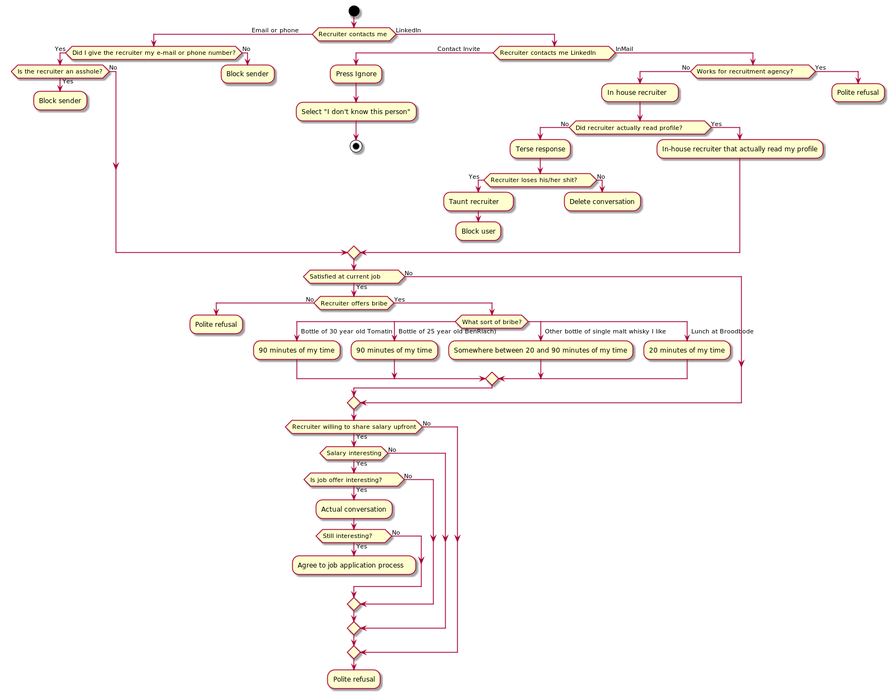
The PlantUML diagram recruiters.png in jsteenbeeke/jsteenbeeke.github.io, before a commit.
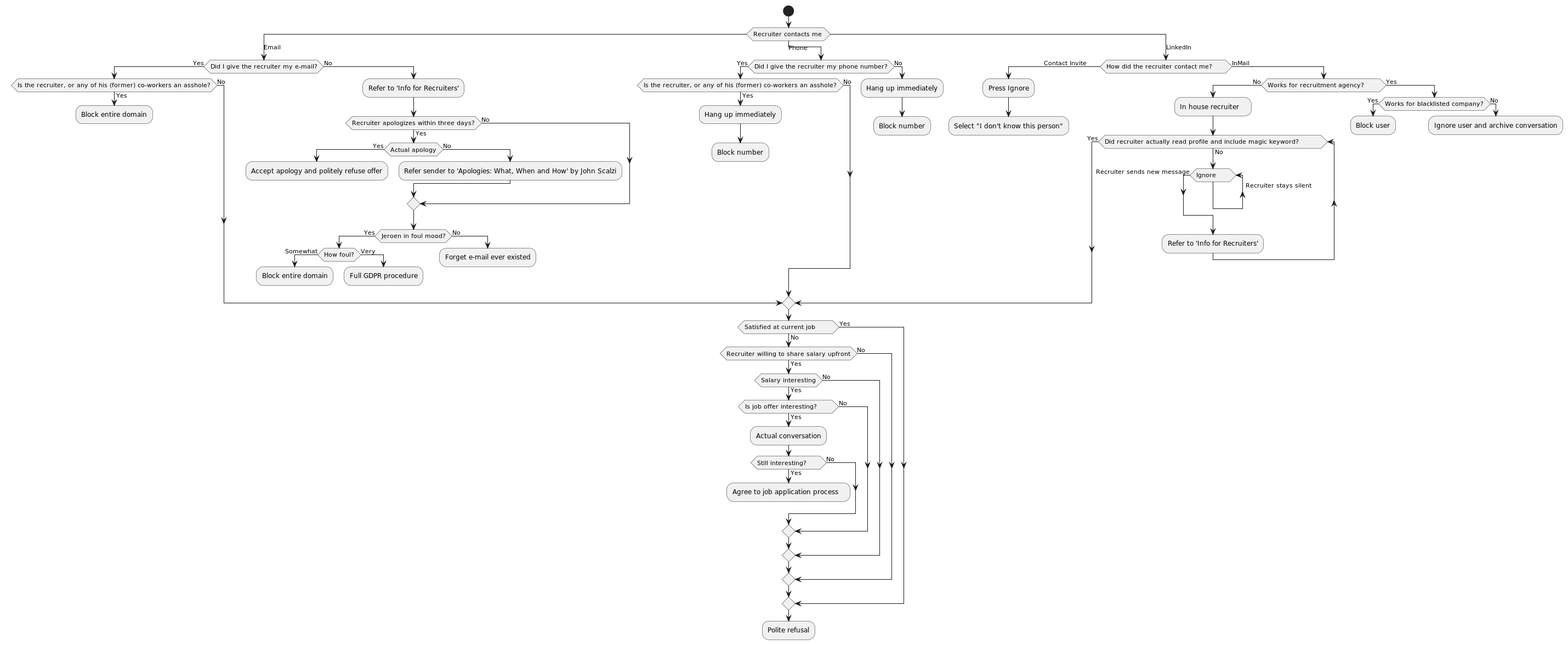
After the change.

Commit message:
Massive update of recruiter info

What changed in the source:
```diff
@@ -1,65 +1,80 @@
 @startuml
 
 start
-if (Recruiter contacts me ) then (Email or phone      )
-    if (Did I give the recruiter my e-mail or phone number?) then (Yes)
-        if (Is the recruiter an asshole?) then (No)
-        else (Yes)
-            :Block sender;
-            detach
+
+switch (Recruiter contacts me )
+case (Email)
+ if (Did I give the recruiter my e-mail?) then (Yes)
+            if (Is the recruiter, or any of his (former) co-workers an asshole?) then (No)
+            else (Yes)
+                :Block entire domain;
+                detach;
+            endif
+    else (No)
+        :Refer to 'Info for Recruiters';
+        if (Recruiter apologizes within three days?) then (Yes)
+           if (Actual apology) then (Yes)
+              :Accept apology and politely refuse offer;
+              detach;
+            else (No)
+              :Refer sender to 'Apologies: What, When and How' by John Scalzi;
+            endif
+       else (No)
+
         endif
+         if (Jeroen in foul mood?) then (Yes)
+                       if (How foul?) then (Somewhat)
+                           :Block entire domain;
+                       else (Very)
+                           :Full GDPR procedure;
+                       endif
+                    else (No)
+                        :Forget e-mail ever existed;
+                   endif
+        detach;
+    endif
+case (Phone)
+    if (Did I give the recruiter my phone number?) then (Yes)
+            if (Is the recruiter, or any of his (former) co-workers an asshole?) then (No)
+            else (Yes)
+                :Hang up immediately;
+                :Block number;
+                detach;
+            endif
     else (No)
-        :Block sender;
-        detach
+        :Hang up immediately;
+        :Block number;
+        detach;
     endif
-else (LinkedIn    )
-    if (Recruiter contacts me LinkedIn      ) then (Contact Invite      )
+case (LinkedIn)
+    if (How did the recruiter contact me?      ) then (Contact Invite      )
         :Press Ignore;
         :Select "I don't know this person";
-        stop;
+        detach;
     else (InMail)
         if (Works for recruitment agency?       ) then (No)
           :In house recruiter   ;
-          if (Did recruiter actually read profile?          ) then (No)
-             :Terse response;
-             if (Recruiter loses his/her shit?      ) then (Yes  )
-                :Taunt recruiter    ;
-                :Block user;
-                detach
-             else (No)
-                :Delete conversation;
-                detach
-             endif
-          else (Yes)
-            :In-house recruiter that actually read my profile;
-          endif
+          while (Did recruiter actually read profile and include magic keyword?          ) is (No)
+             while (Ignore      ) is (              Recruiter stays silent)
+             endwhile (Recruiter sends new message)
+             :Refer to 'Info for Recruiters';
+          endwhile (Yes)
         else (Yes)
-            :Polite refusal;
+            if (Works for blacklisted company?) then (Yes)
+              :Block user;
+              else (No)
+              :Ignore user and archive conversation;
+              endif
+
             detach
         endif
     endif
-endif
+endswitch
+
 if (Satisfied at current job        ) then (Yes     )
-  if (Recruiter offers bribe) then (No)
-        :Polite refusal;
-         detach;
-  else (Yes)
-            switch (What sort of bribe?)
-            case (  Bottle of 30 year old Tomatin)
-                :90 minutes of my time;
-            case (  Bottle of 25 year old BenRiach))
-                :90 minutes of my time;
-            case (  Other bottle of single malt whisky I like)
-                :Somewhere between 20 and 90 minutes of my time;
-            case (  Lunch at Broodbode)
-                :20 minutes of my time;
-            endswitch
-    endif
 else (No       )
-endif
-
-if (Recruiter willing to share salary upfront) then (No)
-else (Yes)
+   if (Recruiter willing to share salary upfront) then (No)
+   else (Yes)
         if (Salary interesting) then (No)
         else (Yes)
             if (Is job offer interesting?       ) then (No)
@@ -73,6 +88,9 @@
                 endif
          endif
 endif
+endif
+
+
 
 :Polite refusal;
 detach
```
